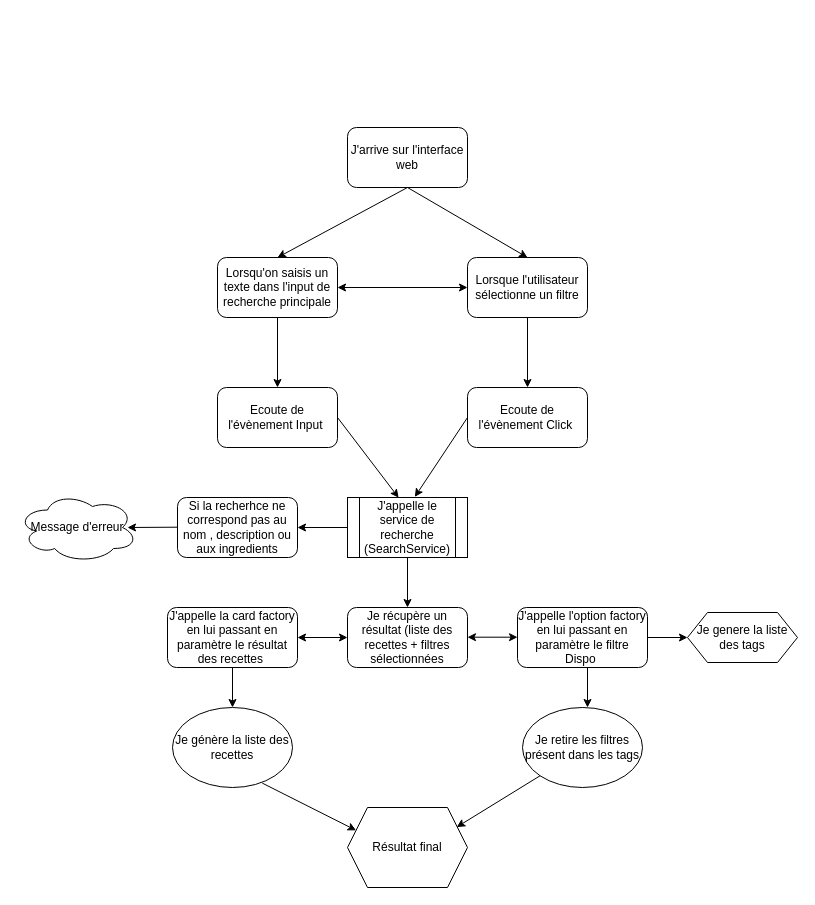
Before: Documents/Algorigramme.drawio in yazid78/Les-Petits-plats, a draw.io diagram. Source tidied: cells renumbered, new cells numbered last; positions are measured from the earlier drawing's top-left corner, leaving out a move shared by most shapes. Both pictures are drawn from the tidied source at 100%, with x=0, y=0 at pixel (17, 127).
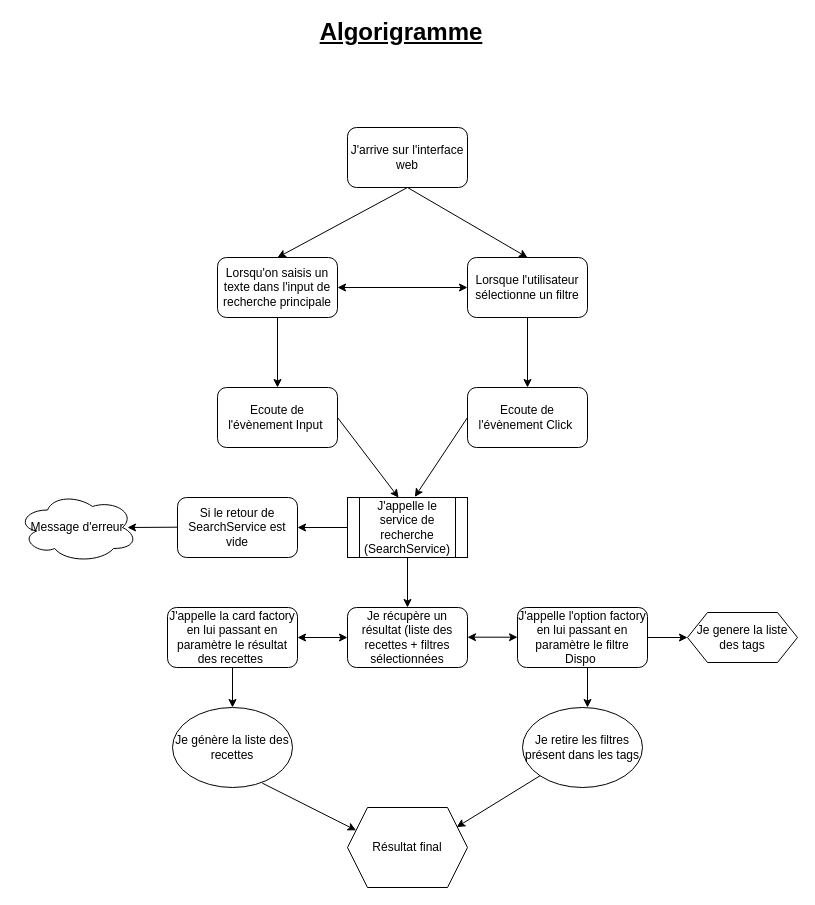
The same page after the edit.

What changed in the source:
```diff
@@
-    <mxCell id="31" value="Si la recherhce ne correspond pas au nom , description ou aux ingredients" style="rounded=1;whiteSpace=wrap;html=1;" parent="1" vertex="1">
+    <mxCell id="31" value="Si le retour de SearchService est vide" style="rounded=1;whiteSpace=wrap;html=1;" parent="1" vertex="1">
       <mxGeometry x="160" y="370" width="120" height="60" as="geometry" />
     </mxCell>
@@
+    <mxCell id="35" value="&lt;font style=&quot;font-size: 24px;&quot;&gt;&lt;b&gt;&lt;u&gt;Algorigramme&lt;/u&gt;&lt;/b&gt;&lt;/font&gt;" style="text;html=1;align=center;verticalAlign=middle;whiteSpace=wrap;rounded=0;" parent="1" vertex="1">
+      <mxGeometry x="294" y="-110" width="180" height="30" as="geometry" />
+    </mxCell>
```
